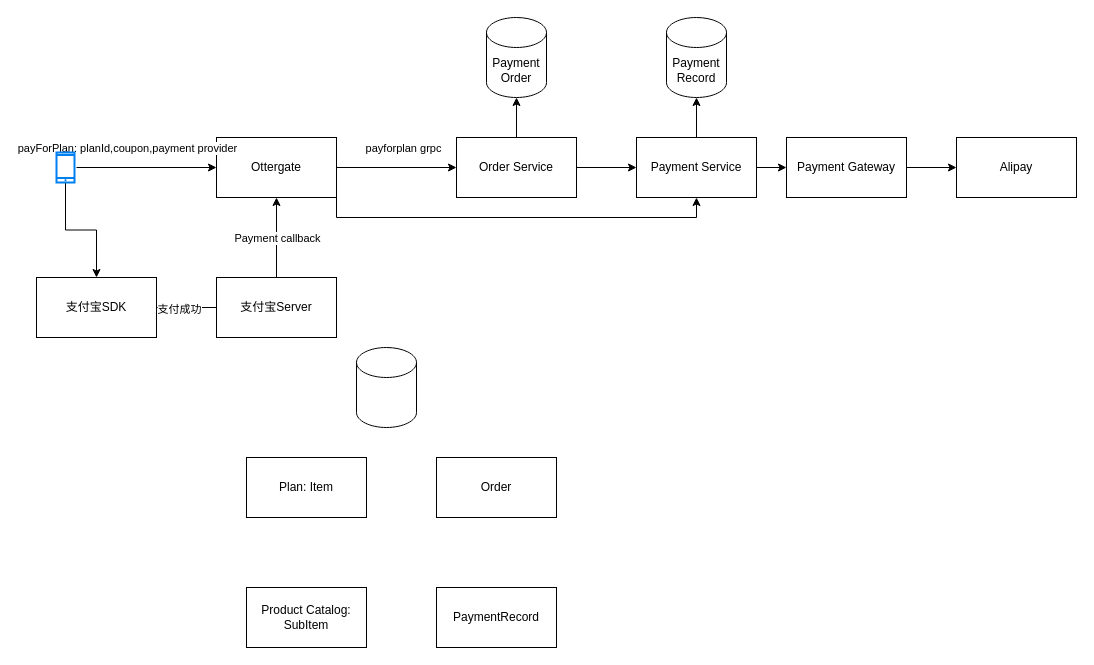
This is Payment.drawio from evagle/awesome, a draw.io file, before an edit. Source tidied: cells renumbered, new cells numbered last; positions are measured from the earlier drawing's top-left corner, leaving out a move shared by most shapes. Both pictures are drawn from the tidied source at 100%, with x=0, y=0 at pixel (36, 17).
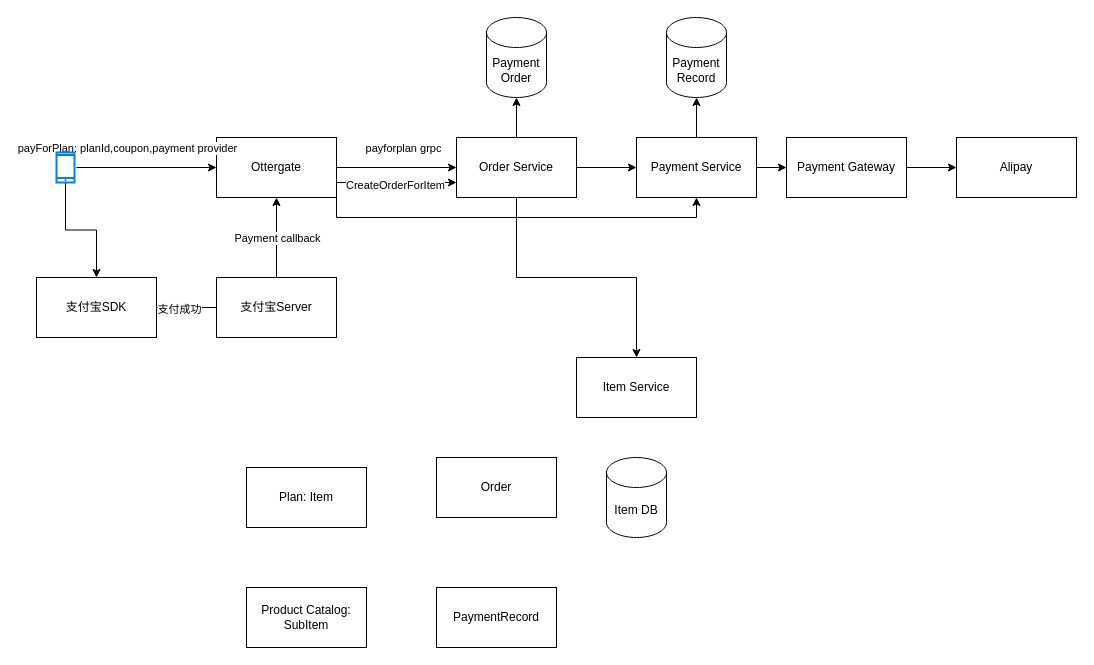
After the change.

The change refers to these unchanged cells:
```xml
<mxCell id="5" value="Ottergate" style="rounded=0;whiteSpace=wrap;html=1;" parent="1" vertex="1">
  <mxGeometry x="180" y="120" width="120" height="60" as="geometry" />
</mxCell>
<mxCell id="13" value="Order Service" style="whiteSpace=wrap;html=1;rounded=0;" parent="1" vertex="1">
  <mxGeometry x="420" y="120" width="120" height="60" as="geometry" />
</mxCell>
```

The edit, as a diff of the source:
```diff
@@
+    <mxCell id="32" style="edgeStyle=orthogonalEdgeStyle;rounded=0;jettySize=auto;html=1;exitX=1;exitY=0.75;exitDx=0;exitDy=0;entryX=0;entryY=0.75;entryDx=0;entryDy=0;" parent="1" edge="1" source="5" target="13">
+      <mxGeometry relative="1" as="geometry" />
+    </mxCell>
+    <mxCell id="33" value="CreateOrderForItem" style="edgeLabel;html=1;align=center;verticalAlign=middle;" parent="32" vertex="1">
+      <mxGeometry x="-0.03" y="-2" relative="1" as="geometry" />
+    </mxCell>
@@
     <mxCell id="8" value="Plan: Item" style="rounded=0;whiteSpace=wrap;html=1;" parent="1" vertex="1">
-      <mxGeometry x="210" y="440" width="120" height="60" as="geometry" />
+      <mxGeometry x="210" y="450" width="120" height="60" as="geometry" />
     </mxCell>
@@
+    <mxCell id="34" style="edgeStyle=orthogonalEdgeStyle;rounded=0;jettySize=auto;html=1;exitX=0.5;exitY=1;exitDx=0;exitDy=0;" parent="1" edge="1" source="13" target="35">
+      <mxGeometry relative="1" as="geometry" />
+    </mxCell>
@@
-    <mxCell id="23" style="shape=cylinder3;whiteSpace=wrap;html=1;boundedLbl=1;backgroundOutline=1;size=15;" parent="1" vertex="1">
-      <mxGeometry x="320" y="330" width="60" height="80" as="geometry" />
+    <mxCell id="23" value="Item DB" style="shape=cylinder3;whiteSpace=wrap;html=1;boundedLbl=1;backgroundOutline=1;size=15;" parent="1" vertex="1">
+      <mxGeometry x="570" y="440" width="60" height="80" as="geometry" />
     </mxCell>
@@
+    <mxCell id="35" value="Item Service" style="rounded=0;whiteSpace=wrap;html=1;" parent="1" vertex="1">
+      <mxGeometry x="540" y="340" width="120" height="60" as="geometry" />
+    </mxCell>
```
